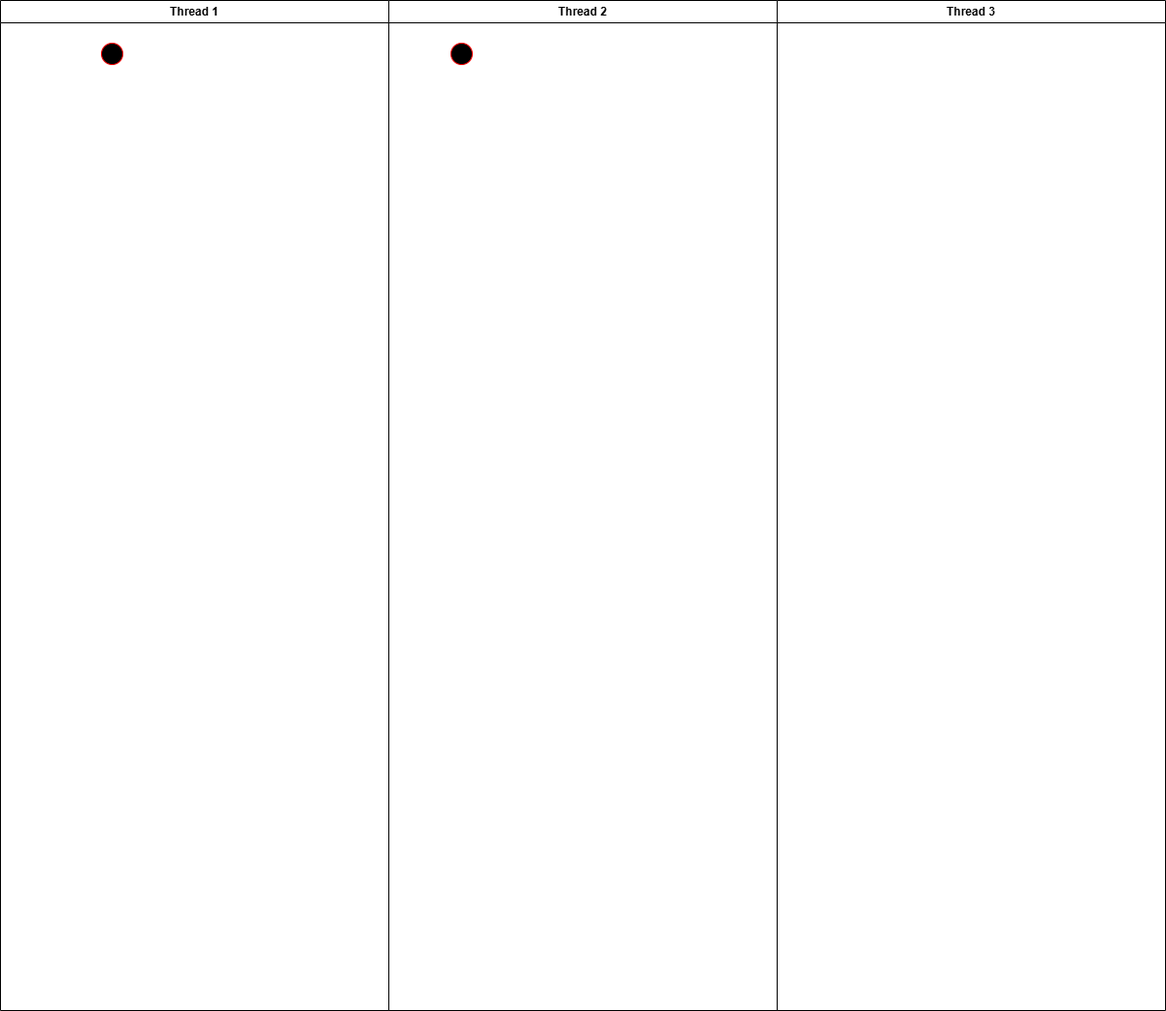
Earlier version of the draw.io export uml/diagram_activity.drawio.png (azqyanrl/Tiket_wisata_labuanbajo). Source tidied: cells renumbered, new cells last; positions are measured from the earlier drawing's top-left corner, leaving out a move shared by most shapes.
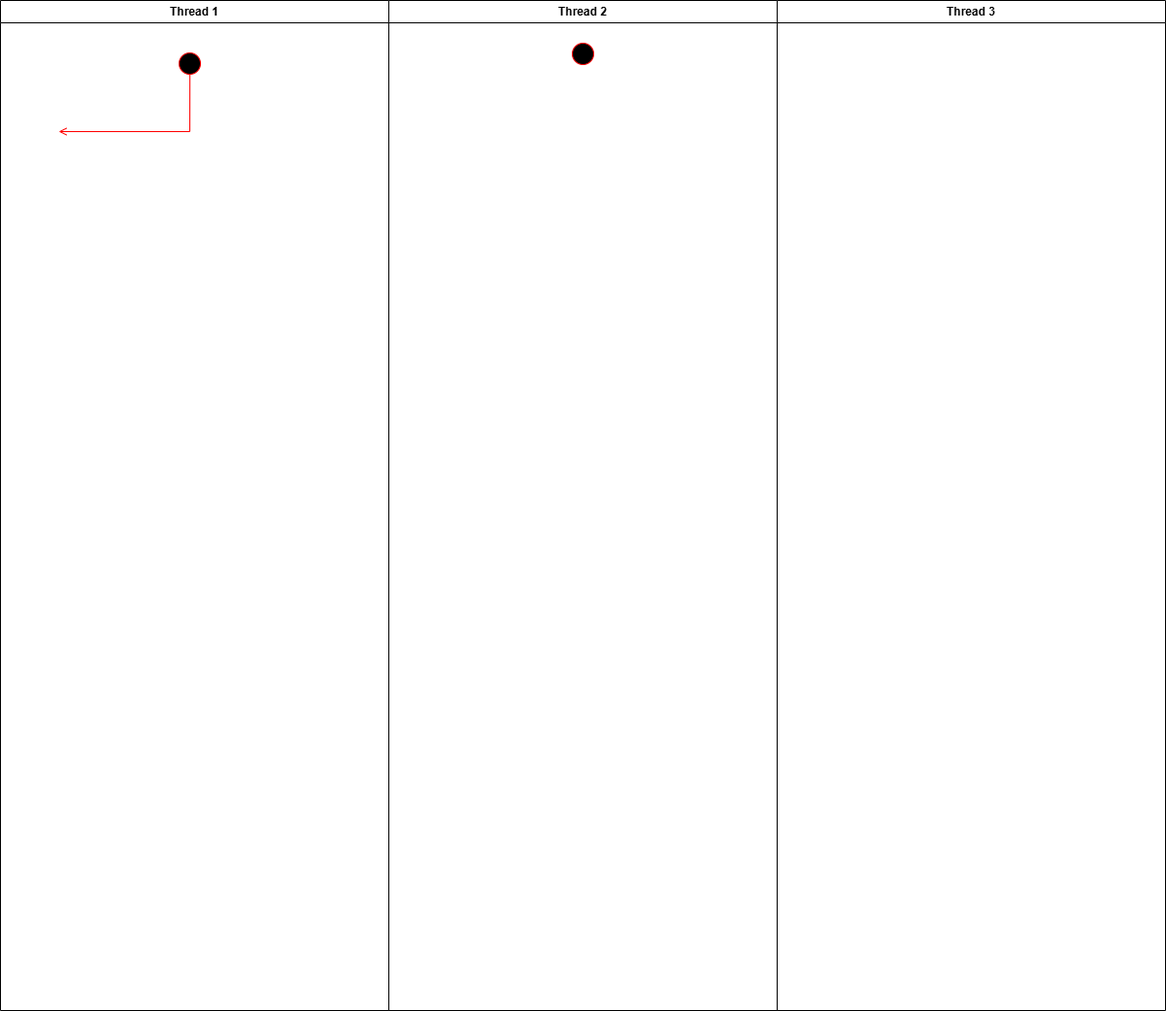
The same file after the commit.

Change to the diagram source:
```diff
@@ -6,13 +6,13 @@
       <mxGeometry width="400" height="1040" as="geometry" />
     </mxCell>
     <mxCell id="3" style="ellipse;shape=startState;fillColor=#000000;strokeColor=#ff0000;" parent="2" vertex="1">
-      <mxGeometry x="100" y="40" width="30" height="30" as="geometry" />
+      <mxGeometry x="180" y="50" width="30" height="30" as="geometry" />
     </mxCell>
-    <mxCell id="4" style="edgeStyle=elbowEdgeStyle;elbow=horizontal;strokeColor=#FF0000;endArrow=open;endFill=1;rounded=0;" parent="2" edge="1" source="x">
+    <mxCell id="4" style="edgeStyle=elbowEdgeStyle;elbow=horizontal;strokeColor=#FF0000;endArrow=open;endFill=1;rounded=0;exitX=0.504;exitY=0.869;exitDx=0;exitDy=0;exitPerimeter=0;" parent="2" edge="1" source="3">
       <mxGeometry relative="1" as="geometry">
         <mxPoint x="60" y="135" as="targetPoint" />
         <Array as="points">
-          <mxPoint x="30" y="250" />
+          <mxPoint x="195" y="110" />
         </Array>
       </mxGeometry>
     </mxCell>
@@ -20,7 +20,7 @@
       <mxGeometry x="400" width="400" height="1040" as="geometry" />
     </mxCell>
     <mxCell id="6" style="ellipse;shape=startState;fillColor=#000000;strokeColor=#ff0000;" parent="5" vertex="1">
-      <mxGeometry x="60" y="40" width="30" height="30" as="geometry" />
+      <mxGeometry x="185" y="40" width="30" height="30" as="geometry" />
     </mxCell>
     <mxCell id="7" value="Thread 3" style="swimlane;whiteSpace=wrap;" parent="1" vertex="1">
       <mxGeometry x="800" width="400" height="1040" as="geometry" />
```
